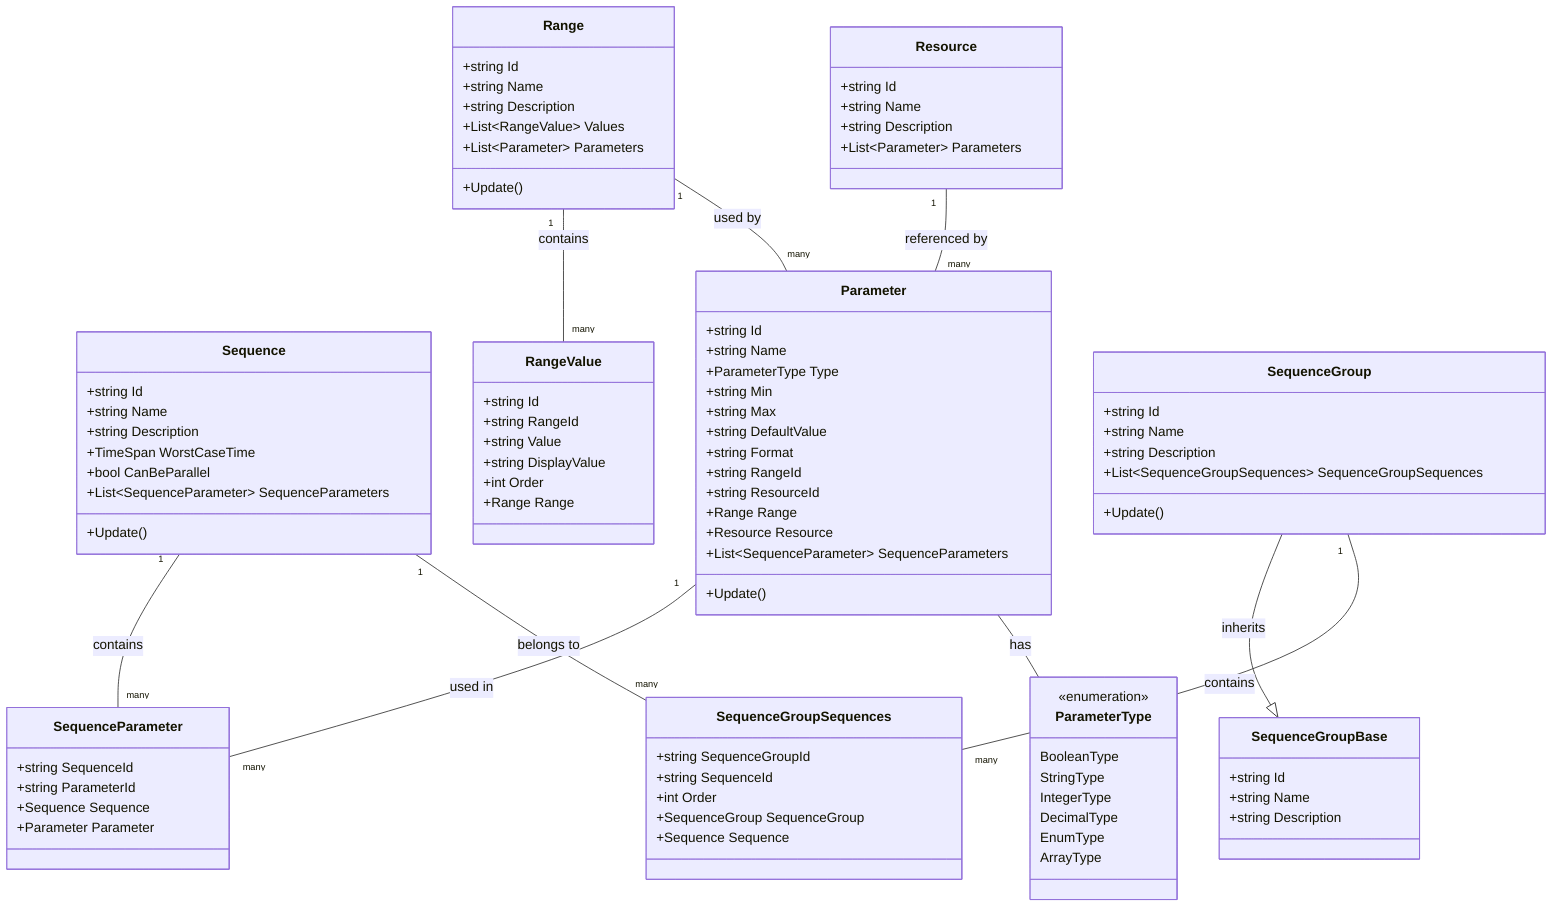
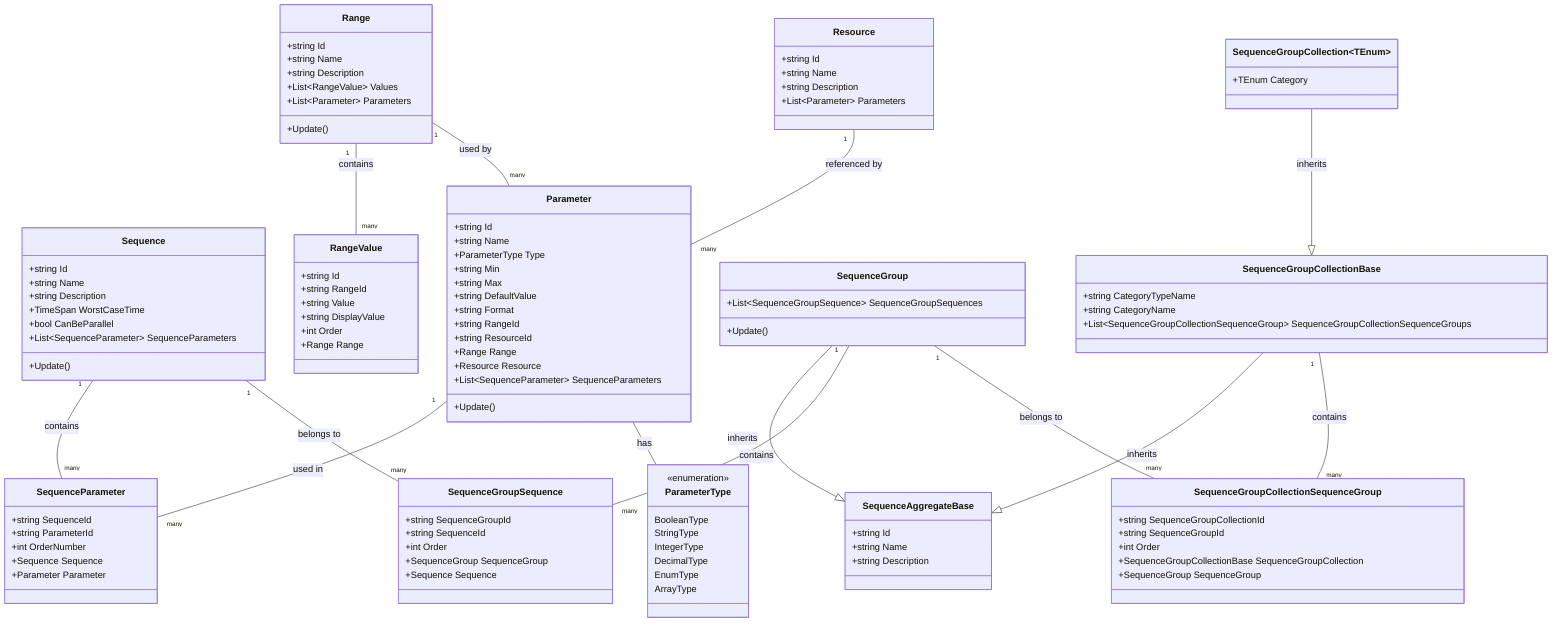
classDiagram
+     class SequenceAggregateBase {
+         +string Id
+         +string Name
+         +string Description
+     }
+ 
    class Sequence {
        +string Id
        +string Name
        +string Description
        +TimeSpan WorstCaseTime
        +bool CanBeParallel
        +List~SequenceParameter~ SequenceParameters
        +Update()
    }

    class Parameter {
        +string Id
        +string Name
        +ParameterType Type
        +string Min
        +string Max
        +string DefaultValue
        +string Format
        +string RangeId
        +string ResourceId
        +Range Range
        +Resource Resource
        +List~SequenceParameter~ SequenceParameters
        +Update()
    }

    class SequenceParameter {
        +string SequenceId
        +string ParameterId
+         +int OrderNumber
        +Sequence Sequence
        +Parameter Parameter
    }

    class Range {
        +string Id
        +string Name
        +string Description
        +List~RangeValue~ Values
        +List~Parameter~ Parameters
        +Update()
    }

    class RangeValue {
        +string Id
        +string RangeId
        +string Value
        +string DisplayValue
        +int Order
        +Range Range
    }

    class Resource {
        +string Id
        +string Name
        +string Description
        +List~Parameter~ Parameters
    }

    class SequenceGroup {
-         +string Id
-         +string Name
-         +string Description
-         +List~SequenceGroupSequences~ SequenceGroupSequences
+         +List~SequenceGroupSequence~ SequenceGroupSequences
        +Update()
    }

-     class SequenceGroupBase {
-         +string Id
-         +string Name
-         +string Description
-     }
- 
-     class SequenceGroupSequences {
+     class SequenceGroupSequence {
        +string SequenceGroupId
        +string SequenceId
        +int Order
        +SequenceGroup SequenceGroup
        +Sequence Sequence
+     }
+ 
+     class SequenceGroupCollectionBase {
+         +string CategoryTypeName
+         +string CategoryName
+         +List~SequenceGroupCollectionSequenceGroup~ SequenceGroupCollectionSequenceGroups
+     }
+ 
+     class SequenceGroupCollection~TEnum~ {
+         +TEnum Category
+     }
+ 
+     class SequenceGroupCollectionSequenceGroup {
+         +string SequenceGroupCollectionId
+         +string SequenceGroupId
+         +int Order
+         +SequenceGroupCollectionBase SequenceGroupCollection
+         +SequenceGroup SequenceGroup
    }

    class ParameterType {
        <<enumeration>>
        BooleanType
        StringType
        IntegerType
        DecimalType
        EnumType
        ArrayType
    }

+     SequenceGroup --|> SequenceAggregateBase : inherits
+     SequenceGroupCollectionBase --|> SequenceAggregateBase : inherits
+     SequenceGroupCollection~TEnum~ --|> SequenceGroupCollectionBase : inherits
+ 
    Sequence "1" -- "many" SequenceParameter : contains
    Parameter "1" -- "many" SequenceParameter : used in
-     SequenceGroup --|> SequenceGroupBase : inherits
-     SequenceGroup "1" -- "many" SequenceGroupSequences : contains
-     Sequence "1" -- "many" SequenceGroupSequences : belongs to
+     SequenceGroup "1" -- "many" SequenceGroupSequence : contains
+     Sequence "1" -- "many" SequenceGroupSequence : belongs to
    Range "1" -- "many" RangeValue : contains
    Range "1" -- "many" Parameter : used by
    Resource "1" -- "many" Parameter : referenced by
    Parameter -- ParameterType : has
+     SequenceGroupCollectionBase "1" -- "many" SequenceGroupCollectionSequenceGroup : contains
+     SequenceGroup "1" -- "many" SequenceGroupCollectionSequenceGroup : belongs to